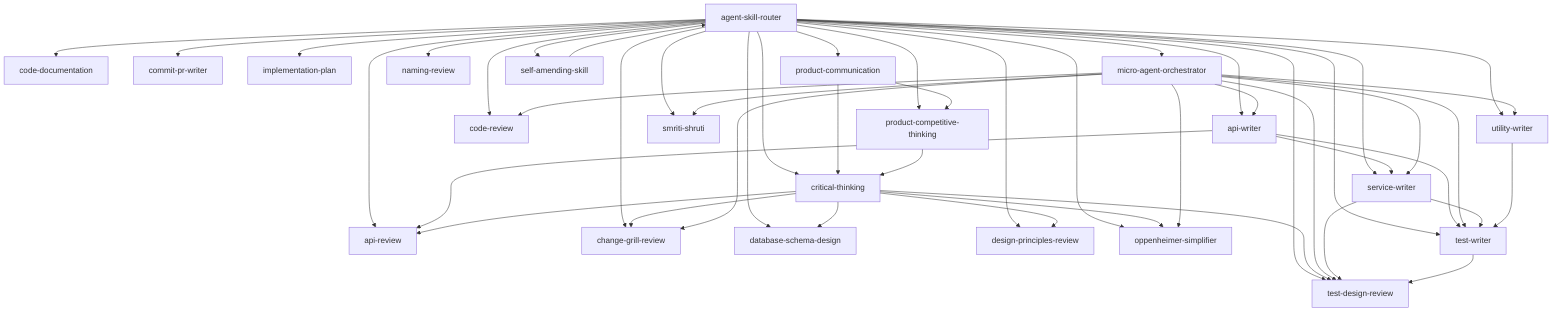
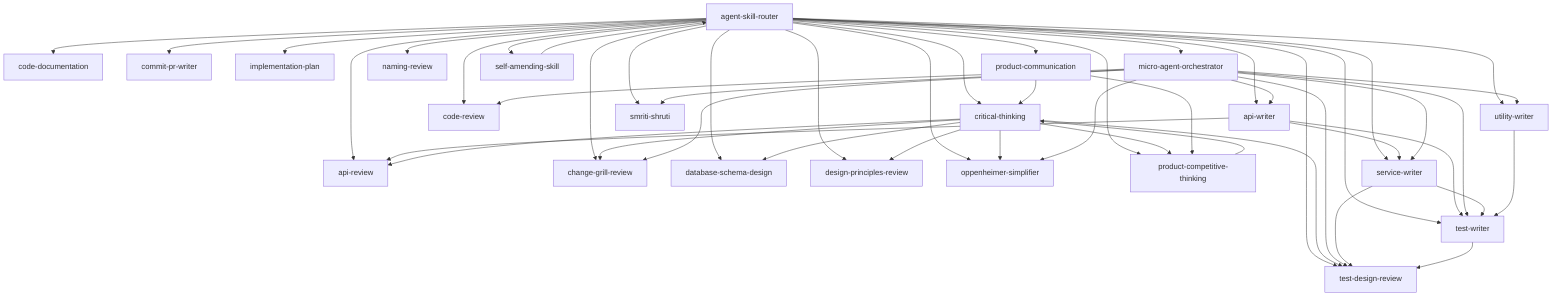
graph TD
  agent_skill_router["agent-skill-router"] --> api_review["api-review"]
  agent_skill_router["agent-skill-router"] --> api_writer["api-writer"]
  agent_skill_router["agent-skill-router"] --> change_grill_review["change-grill-review"]
  agent_skill_router["agent-skill-router"] --> code_documentation["code-documentation"]
  agent_skill_router["agent-skill-router"] --> code_review["code-review"]
  agent_skill_router["agent-skill-router"] --> commit_pr_writer["commit-pr-writer"]
  agent_skill_router["agent-skill-router"] --> critical_thinking["critical-thinking"]
  agent_skill_router["agent-skill-router"] --> database_schema_design["database-schema-design"]
  agent_skill_router["agent-skill-router"] --> design_principles_review["design-principles-review"]
  agent_skill_router["agent-skill-router"] --> implementation_plan["implementation-plan"]
  agent_skill_router["agent-skill-router"] --> micro_agent_orchestrator["micro-agent-orchestrator"]
  agent_skill_router["agent-skill-router"] --> naming_review["naming-review"]
  agent_skill_router["agent-skill-router"] --> oppenheimer_simplifier["oppenheimer-simplifier"]
  agent_skill_router["agent-skill-router"] --> product_communication["product-communication"]
  agent_skill_router["agent-skill-router"] --> product_competitive_thinking["product-competitive-thinking"]
  agent_skill_router["agent-skill-router"] --> self_amending_skill["self-amending-skill"]
  agent_skill_router["agent-skill-router"] --> service_writer["service-writer"]
  agent_skill_router["agent-skill-router"] --> smriti_shruti["smriti-shruti"]
  agent_skill_router["agent-skill-router"] --> test_design_review["test-design-review"]
  agent_skill_router["agent-skill-router"] --> test_writer["test-writer"]
  agent_skill_router["agent-skill-router"] --> utility_writer["utility-writer"]
  api_writer["api-writer"] --> api_review["api-review"]
  api_writer["api-writer"] --> service_writer["service-writer"]
  api_writer["api-writer"] --> test_writer["test-writer"]
  critical_thinking["critical-thinking"] --> api_review["api-review"]
  critical_thinking["critical-thinking"] --> change_grill_review["change-grill-review"]
  critical_thinking["critical-thinking"] --> database_schema_design["database-schema-design"]
  critical_thinking["critical-thinking"] --> design_principles_review["design-principles-review"]
  critical_thinking["critical-thinking"] --> oppenheimer_simplifier["oppenheimer-simplifier"]
+   critical_thinking["critical-thinking"] --> product_competitive_thinking["product-competitive-thinking"]
  critical_thinking["critical-thinking"] --> test_design_review["test-design-review"]
  micro_agent_orchestrator["micro-agent-orchestrator"] --> api_writer["api-writer"]
  micro_agent_orchestrator["micro-agent-orchestrator"] --> change_grill_review["change-grill-review"]
  micro_agent_orchestrator["micro-agent-orchestrator"] --> code_review["code-review"]
  micro_agent_orchestrator["micro-agent-orchestrator"] --> oppenheimer_simplifier["oppenheimer-simplifier"]
  micro_agent_orchestrator["micro-agent-orchestrator"] --> service_writer["service-writer"]
  micro_agent_orchestrator["micro-agent-orchestrator"] --> smriti_shruti["smriti-shruti"]
  micro_agent_orchestrator["micro-agent-orchestrator"] --> test_design_review["test-design-review"]
  micro_agent_orchestrator["micro-agent-orchestrator"] --> test_writer["test-writer"]
  micro_agent_orchestrator["micro-agent-orchestrator"] --> utility_writer["utility-writer"]
  product_communication["product-communication"] --> critical_thinking["critical-thinking"]
  product_communication["product-communication"] --> product_competitive_thinking["product-competitive-thinking"]
  product_competitive_thinking["product-competitive-thinking"] --> critical_thinking["critical-thinking"]
  self_amending_skill["self-amending-skill"] --> agent_skill_router["agent-skill-router"]
  service_writer["service-writer"] --> test_design_review["test-design-review"]
  service_writer["service-writer"] --> test_writer["test-writer"]
  test_writer["test-writer"] --> test_design_review["test-design-review"]
  utility_writer["utility-writer"] --> test_writer["test-writer"]
